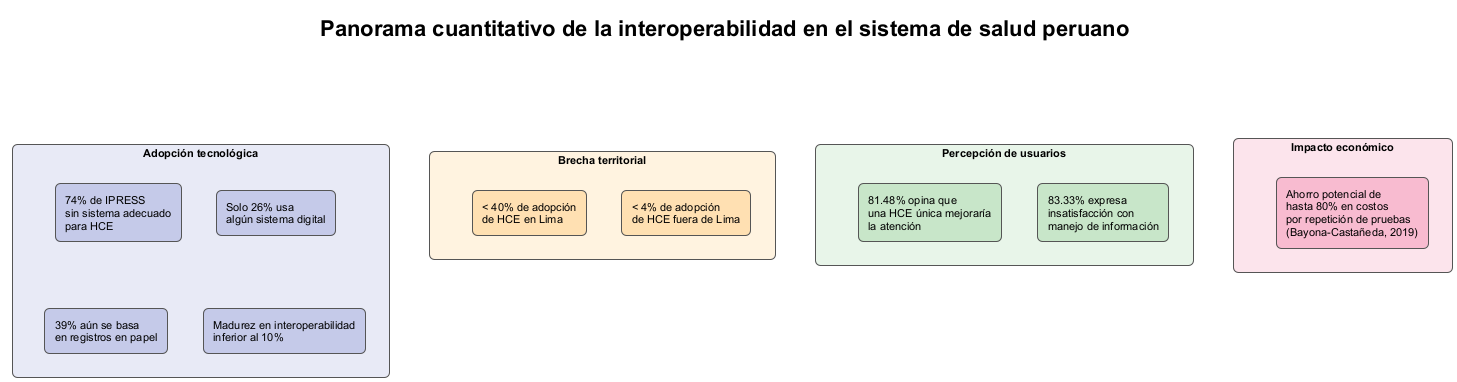
genomike/seminario_de_investigacion keeps this PlantUML diagram as media/diagrama-panorama-cuantitativo.png. Above is the earlier version.
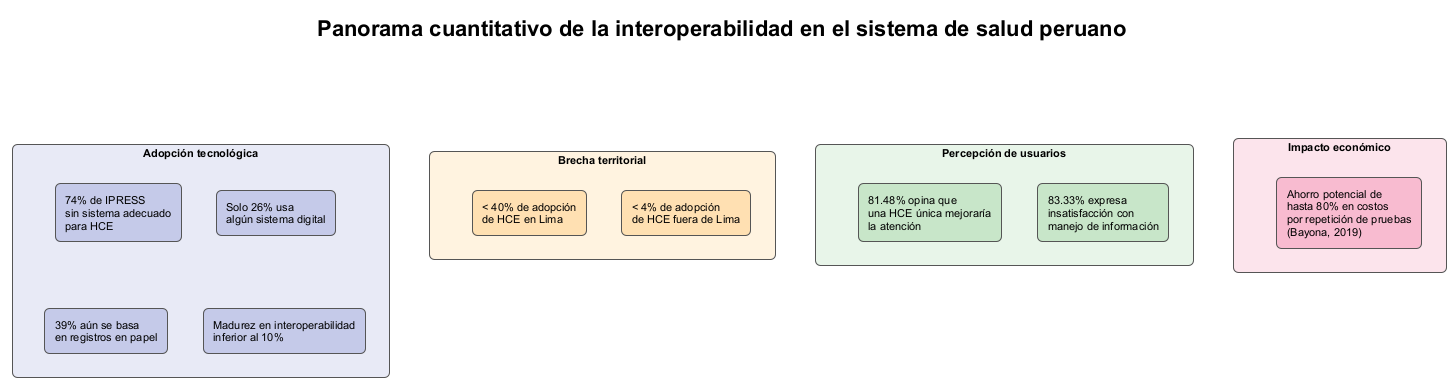
Later version of the same file.

Change to the diagram source:
```diff
@@ -29,7 +29,7 @@
 }
 
 rectangle "<b>Impacto económico</b>" as IE #FCE4EC {
-    rectangle "Ahorro potencial de\nhasta 80% en costos\npor repetición de pruebas\n(Bayona-Castañeda, 2019)" as E1 #F8BBD0
+    rectangle "Ahorro potencial de\nhasta 80% en costos\npor repetición de pruebas\n(Bayona, 2019)" as E1 #F8BBD0
 }
 
 AT -[hidden]right- BT
```
